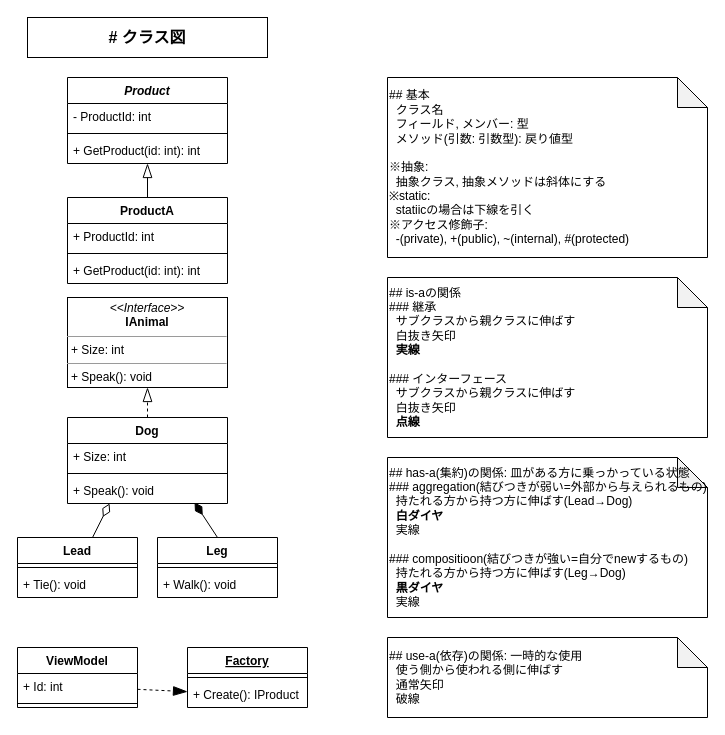
This is 20_SoftwareDesign/10_クラス図.drawio from Gunj0/engineer-memo, a draw.io file, before an edit. Source tidied: cells renumbered, new cells numbered last; positions are measured from the earlier drawing's top-left corner, leaving out a move shared by most shapes. Both pictures are drawn from the tidied source at 100%, with x=0, y=0 at pixel (17, 17).
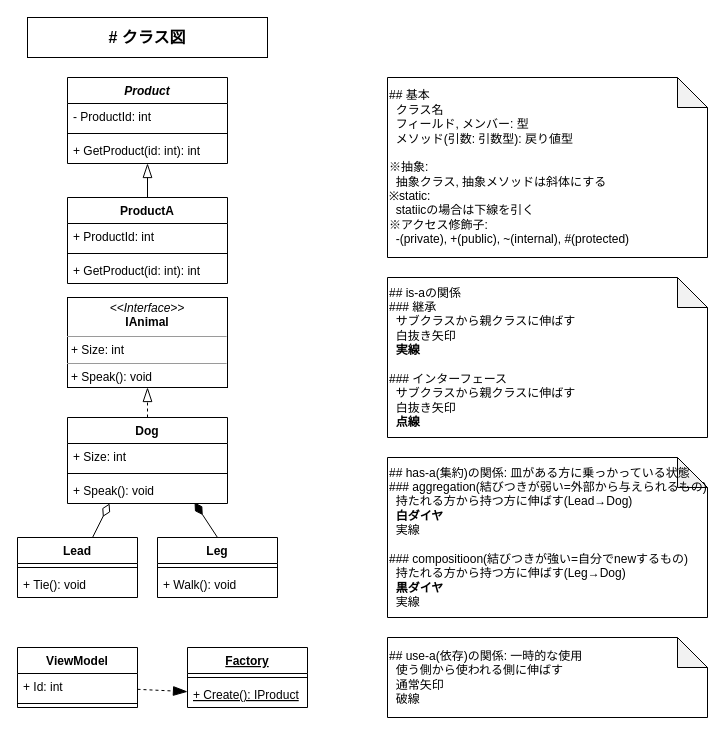
After the change.

Unchanged cells that the change refers to:
```xml
<mxCell id="32" value="Factory" style="swimlane;fontStyle=5;align=center;verticalAlign=top;horizontal=1;startSize=26;" parent="1" vertex="1">
  <mxGeometry x="170" y="630" width="120" height="60" as="geometry" />
</mxCell>
```

Change to the diagram source:
```diff
@@
-    <mxCell id="34" value="+ Create(): IProduct" style="text;strokeColor=none;fillColor=none;align=left;verticalAlign=top;spacingLeft=4;spacingRight=4;overflow=hidden;points=[[0,0.5],[1,0.5]];portConstraint=eastwest;" parent="32" vertex="1">
+    <mxCell id="34" value="+ Create(): IProduct" style="text;strokeColor=none;fillColor=none;align=left;verticalAlign=top;spacingLeft=4;spacingRight=4;overflow=hidden;points=[[0,0.5],[1,0.5]];portConstraint=eastwest;fontStyle=4;" parent="32" vertex="1">
       <mxGeometry y="34" width="120" height="26" as="geometry" />
     </mxCell>
```
